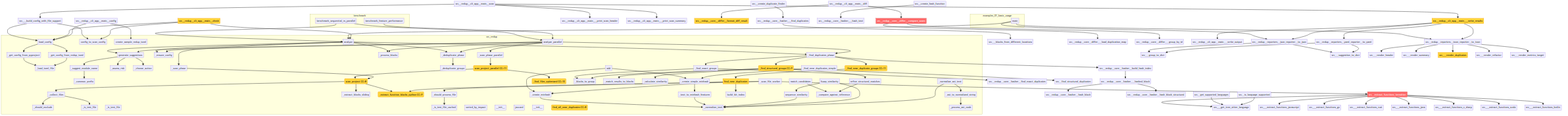
Before: project/flow.png, a diagram exported from Mermaid (semcod/redup). Its source is kept beside it as project/flow.mmd.
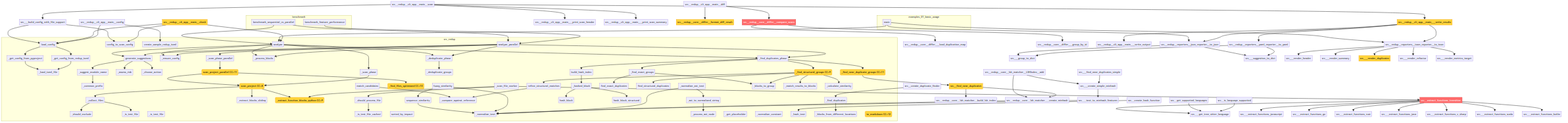
Later version of the same file.

What changed in the source:
```diff
@@ -31,6 +31,26 @@
         src___find_files_optimized("_find_files_optimized CC=10")
         src___is_test_file_cached["_is_test_file_cached"]
         src__sorted_by_impact["sorted_by_impact"]
+        src__redup__core__matcher__sequence_similarity["sequence_similarity"]
+        src__redup__core__matcher__fuzzy_similarity["fuzzy_similarity"]
+        src___compare_against_reference["_compare_against_reference"]
+        src__redup__core__matcher__match_candidates["match_candidates"]
+        src__refine_structural_matches["refine_structural_matches"]
+        src__redup__core__hasher___normalize_text["_normalize_text"]
+        src__redup__core__hasher___normalize_ast_text["_normalize_ast_text"]
+        src___ast_to_normalized_string["_ast_to_normalized_string"]
+        src__redup__core__hasher___process_ast_node["_process_ast_node"]
+        src__redup__core__hasher___get_placeholder["_get_placeholder"]
+        src__redup__core__hasher___normalize_constant["_normalize_constant"]
+        src__redup__core__hasher___hash_text["_hash_text"]
+        src__redup__core__hasher__hash_block["hash_block"]
+        src__redup__core__hasher__hash_block_structural["hash_block_structural"]
+        src__redup__core__hasher__find_exact_duplicates["find_exact_duplicates"]
+        src__find_structural_duplicates["find_structural_duplicates"]
+        src__redup__core__hasher___hashed_block["_hashed_block"]
+        src__redup__core__hasher__build_hash_index["build_hash_index"]
+        src__redup__core__hasher___find_duplicates["_find_duplicates"]
+        src___blocks_from_different_locations["_blocks_from_different_locations"]
         src__redup__core__pipeline___blocks_to_group["_blocks_to_group"]
         src__redup__core__pipeline___deduplicate_groups["_deduplicate_groups"]
         src__redup__core__pipeline__analyze["analyze"]
@@ -46,38 +66,18 @@
         src__redup__core__pipeline___calculate_similarity["_calculate_similarity"]
         src___find_near_duplicate_groups("_find_near_duplicate_groups CC=11")
         src__redup__core__pipeline__analyze_parallel["analyze_parallel"]
-        src__redup__core__lsh_matcher___create_minhash["_create_minhash"]
-        src___text_to_minhash_features["_text_to_minhash_features"]
-        src___create_simple_minhash["_create_simple_minhash"]
-        src____init__["__init__"]
-        src__jaccard["jaccard"]
-        src__redup__core__lsh_matcher__LSHIndex____init__["__init__"]
-        src__redup__core__lsh_matcher__LSHIndex__add["add"]
-        src__find_near_duplicates("find_near_duplicates CC=10")
-        src___find_near_duplicates_simple["_find_near_duplicates_simple"]
-        src__find_all_near_duplicates("find_all_near_duplicates CC=8")
-        src__redup__core__lsh_matcher__build_lsh_index["build_lsh_index"]
-        src__find_near_duplicates["find_near_duplicates"]
-        src__redup__core__matcher__sequence_similarity["sequence_similarity"]
-        src__redup__core__matcher__fuzzy_similarity["fuzzy_similarity"]
-        src___compare_against_reference["_compare_against_reference"]
-        src__redup__core__matcher__match_candidates["match_candidates"]
-        src__refine_structural_matches["refine_structural_matches"]
-        src__redup__core__hasher___normalize_text["_normalize_text"]
-        src__redup__core__hasher___normalize_ast_text["_normalize_ast_text"]
-        src___ast_to_normalized_string["_ast_to_normalized_string"]
-        src__redup__core__hasher___process_ast_node["_process_ast_node"]
+        src__to_markdown("to_markdown CC=12")
     end
     benchmark__benchmark_sequential_vs_parallel --> src__redup__core__pipeline__analyze
     benchmark__benchmark_sequential_vs_parallel --> src__redup__core__pipeline__analyze_parallel
     benchmark__benchmark_feature_performance --> src__redup__core__pipeline__analyze_parallel
-    examples__01_basic_usage__main --> src__redup__core__pipeline__analyze
-    examples__01_basic_usage__main --> src__redup__reporters__toon_reporter__to_toon
-    examples__01_basic_usage__main --> src__redup__reporters__json_reporter__to_json
     src___get_config_from_pyproject --> src__redup__core__config___load_toml_file
     src___get_config_from_redup_toml --> src__redup__core__config___load_toml_file
     src__redup__core__config__load_config --> src___get_config_from_redup_toml
     src__redup__core__config__load_config --> src___get_config_from_pyproject
+    examples__01_basic_usage__main --> src__redup__core__pipeline__analyze
+    examples__01_basic_usage__main --> src__redup__reporters__toon_reporter__to_toon
+    examples__01_basic_usage__main --> src__redup__reporters__json_reporter__to_json
     src__redup__core__planner___suggest_module_name --> src__redup__core__planner___common_prefix
     src__redup__core__planner__generate_suggestions --> src__redup__core__planner___choose_action
     src__redup__core__planner__generate_suggestions --> src__redup__core__planner___suggest_module_name
@@ -93,6 +93,18 @@
     src___should_process_file --> src___is_test_file_cached
     src__scan_project_parallel --> src___find_files_optimized
     src__scan_project_parallel --> src__redup__core__scanner__scan_project
+    src__redup__core__matcher__sequence_similarity --> src__redup__core__hasher___normalize_text
+    src__redup__core__matcher__fuzzy_similarity --> src__redup__core__hasher___normalize_text
+    src__redup__core__matcher__fuzzy_similarity --> src__redup__core__matcher__sequence_similarity
+    src__redup__core__matcher__match_candidates --> src___compare_against_reference
+    src__refine_structural_matches --> src___compare_against_reference
+    src__redup__core__hasher___normalize_ast_text --> src__redup__core__hasher___normalize_text
+    src__redup__core__hasher___normalize_ast_text --> src___ast_to_normalized_string
+    src___ast_to_normalized_string --> src__redup__core__hasher___process_ast_node
+    src__redup__core__hasher___hashed_block --> src__redup__core__hasher__hash_block
+    src__redup__core__hasher___hashed_block --> src__redup__core__hasher__hash_block_structural
+    src__redup__core__hasher__build_hash_index --> src__redup__core__hasher___hashed_block
+    src__redup__core__hasher___find_duplicates --> src___blocks_from_different_locations
     src__redup__core__pipeline__analyze --> src__redup__core__pipeline___ensure_config
     src__redup__core__pipeline__analyze --> src__redup__core__pipeline___scan_phase
     src__redup__core__pipeline__analyze --> src__redup__core__pipeline___process_blocks
@@ -120,6 +132,8 @@
     src__redup__core__pipeline__analyze_parallel --> src__redup__core__pipeline___find_duplicates_phase
     src__redup__core__pipeline__analyze_parallel --> src__redup__core__pipeline___deduplicate_phase
     src__redup__core__pipeline__analyze_parallel --> src__redup__core__planner__generate_suggestions
+    src__redup__reporters__json_reporter__to_json --> src___group_to_dict
+    src__redup__reporters__json_reporter__to_json --> src___suggestion_to_dict
     src__redup__core__lsh_matcher___create_minhash --> src__redup__core__hasher___normalize_text
     src___text_to_minhash_features --> src__redup__core__hasher___normalize_text
     src___create_simple_minhash --> src___text_to_minhash_features
@@ -128,24 +142,27 @@
     src__find_near_duplicates --> src__redup__core__lsh_matcher___create_minhash
     src___find_near_duplicates_simple --> src___create_simple_minhash
     src__find_near_duplicates --> src__redup__core__lsh_matcher__build_lsh_index
-    src__redup__core__matcher__sequence_similarity --> src__redup__core__hasher___normalize_text
-    src__redup__core__matcher__fuzzy_similarity --> src__redup__core__hasher___normalize_text
-    src__redup__core__matcher__fuzzy_similarity --> src__redup__core__matcher__sequence_similarity
-    src__redup__core__matcher__match_candidates --> src___compare_against_reference
-    src__refine_structural_matches --> src___compare_against_reference
-    src__redup__core__hasher___normalize_ast_text --> src__redup__core__hasher___normalize_text
-    src__redup__core__hasher___normalize_ast_text --> src___ast_to_normalized_string
-    src___ast_to_normalized_string --> src__redup__core__hasher___process_ast_node
-    src__redup__core__hasher___hashed_block --> src__redup__core__hasher__hash_block
-    src__redup__core__hasher___hashed_block --> src__redup__core__hasher__hash_block_structural
-    src__redup__core__hasher__build_hash_index --> src__redup__core__hasher___hashed_block
-    src__redup__core__hasher___find_duplicates --> src___blocks_from_different_locations
-    src__redup__reporters__json_reporter__to_json --> src___group_to_dict
-    src__redup__reporters__json_reporter__to_json --> src___suggestion_to_dict
+    src__redup__reporters__yaml_reporter__to_yaml --> src___group_to_dict
+    src__redup__reporters__yaml_reporter__to_yaml --> src___suggestion_to_dict
+    src__extract_functions_treesitter --> src___get_tree_sitter_language
+    src__extract_functions_treesitter --> src___extract_functions_javascript
+    src__extract_functions_treesitter --> src___extract_functions_go
+    src__extract_functions_treesitter --> src___extract_functions_rust
+    src__extract_functions_treesitter --> src___extract_functions_java
+    src__extract_functions_treesitter --> src___extract_functions_c_sharp
+    src__extract_functions_treesitter --> src___extract_functions_scala
+    src__extract_functions_treesitter --> src___extract_functions_kotlin
+    src__get_supported_languages --> src___get_tree_sitter_language
+    src__is_language_supported --> src___get_tree_sitter_language
+    src__redup__reporters__toon_reporter__to_toon --> src___render_header
+    src__redup__reporters__toon_reporter__to_toon --> src___render_summary
+    src__redup__reporters__toon_reporter__to_toon --> src___render_duplicates
+    src__redup__reporters__toon_reporter__to_toon --> src___render_refactor
+    src__redup__reporters__toon_reporter__to_toon --> src___render_metrics_target
+    src__create_hash_function --> src__redup__core__hasher___hash_text
+    src__create_duplicate_finder --> src__redup__core__hasher___find_duplicates
     src__redup__core__differ__compare_scans --> src__redup__core__differ___load_duplication_map
     src__redup__core__differ__compare_scans --> src__redup__core__differ___group_by_id
-    src__redup__reporters__yaml_reporter__to_yaml --> src___group_to_dict
-    src__redup__reporters__yaml_reporter__to_yaml --> src___suggestion_to_dict
     src___build_config_with_file_support --> src__redup__core__config__load_config
     src___build_config_with_file_support --> src__redup__core__config__config_to_scan_config
     src__redup__cli_app__main___write_results --> src__redup__cli_app__main___write_output
@@ -163,25 +180,8 @@
     src__redup__cli_app__main__check --> src__redup__core__pipeline__analyze
     src__redup__cli_app__main__config --> src__redup__core__config__create_sample_redup_toml
     src__redup__cli_app__main__config --> src__redup__core__config__load_config
-    src__create_hash_function --> src__redup__core__hasher___hash_text
-    src__create_duplicate_finder --> src__redup__core__hasher___find_duplicates
-    src__extract_functions_treesitter --> src___get_tree_sitter_language
-    src__extract_functions_treesitter --> src___extract_functions_javascript
-    src__extract_functions_treesitter --> src___extract_functions_go
-    src__extract_functions_treesitter --> src___extract_functions_rust
-    src__extract_functions_treesitter --> src___extract_functions_java
-    src__extract_functions_treesitter --> src___extract_functions_c_sharp
-    src__extract_functions_treesitter --> src___extract_functions_scala
-    src__extract_functions_treesitter --> src___extract_functions_kotlin
-    src__get_supported_languages --> src___get_tree_sitter_language
-    src__is_language_supported --> src___get_tree_sitter_language
-    src__redup__reporters__toon_reporter__to_toon --> src___render_header
-    src__redup__reporters__toon_reporter__to_toon --> src___render_summary
-    src__redup__reporters__toon_reporter__to_toon --> src___render_duplicates
-    src__redup__reporters__toon_reporter__to_toon --> src___render_refactor
-    src__redup__reporters__toon_reporter__to_toon --> src___render_metrics_target
 
     classDef highCC fill:#ff6b6b,stroke:#c92a2a,color:#fff
     classDef medCC fill:#ffd43b,stroke:#f08c00,color:#000
-    class src__redup__core__differ__compare_scans,src__extract_functions_treesitter highCC
-    class src___extract_function_blocks_python,src__redup__core__scanner__scan_project,src__scan_project_parallel,src___find_files_optimized,src___find_structural_groups,src___find_near_duplicate_groups,src__find_near_duplicates,src__find_all_near_duplicates,src__to_markdown,src__redup__core__differ__format_diff_result,src__redup__cli_app__main___write_results,src__redup__cli_app__main__check,src___render_duplicates,src___get_refactoring_metrics medCC
+    class src__extract_functions_treesitter,src__redup__core__differ__compare_scans highCC
+    class src___extract_function_blocks_python,src__redup__core__scanner__scan_project,src__scan_project_parallel,src___find_files_optimized,src___find_structural_groups,src___find_near_duplicate_groups,src__to_markdown,src___get_refactoring_metrics,src__find_near_duplicates,src__find_all_near_duplicates,src___render_duplicates,src__redup__core__differ__format_diff_result,src__redup__cli_app__main___write_results,src__redup__cli_app__main__check medCC
```
